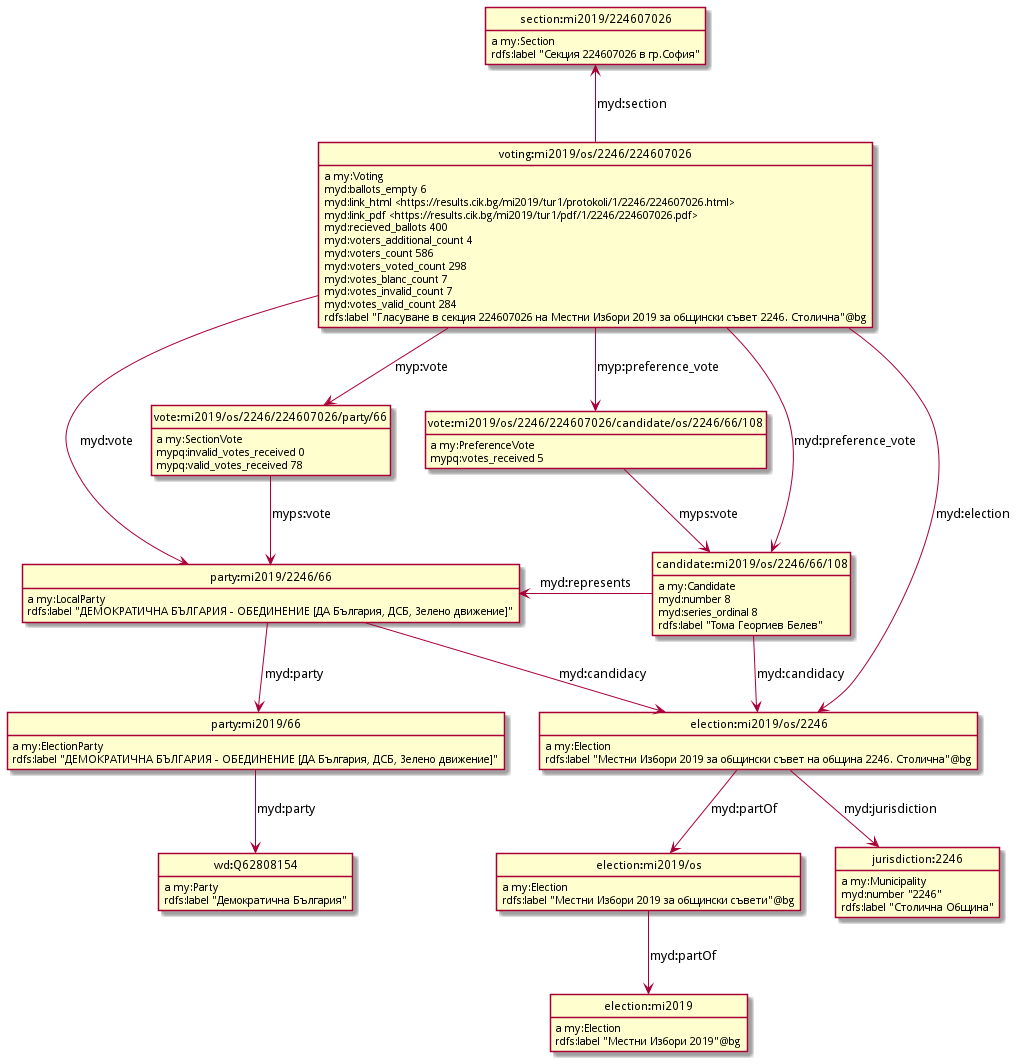
This is model/localModel_os.png from nikolatulechki/semanticElections, a PlantUML export, as it was before one commit.
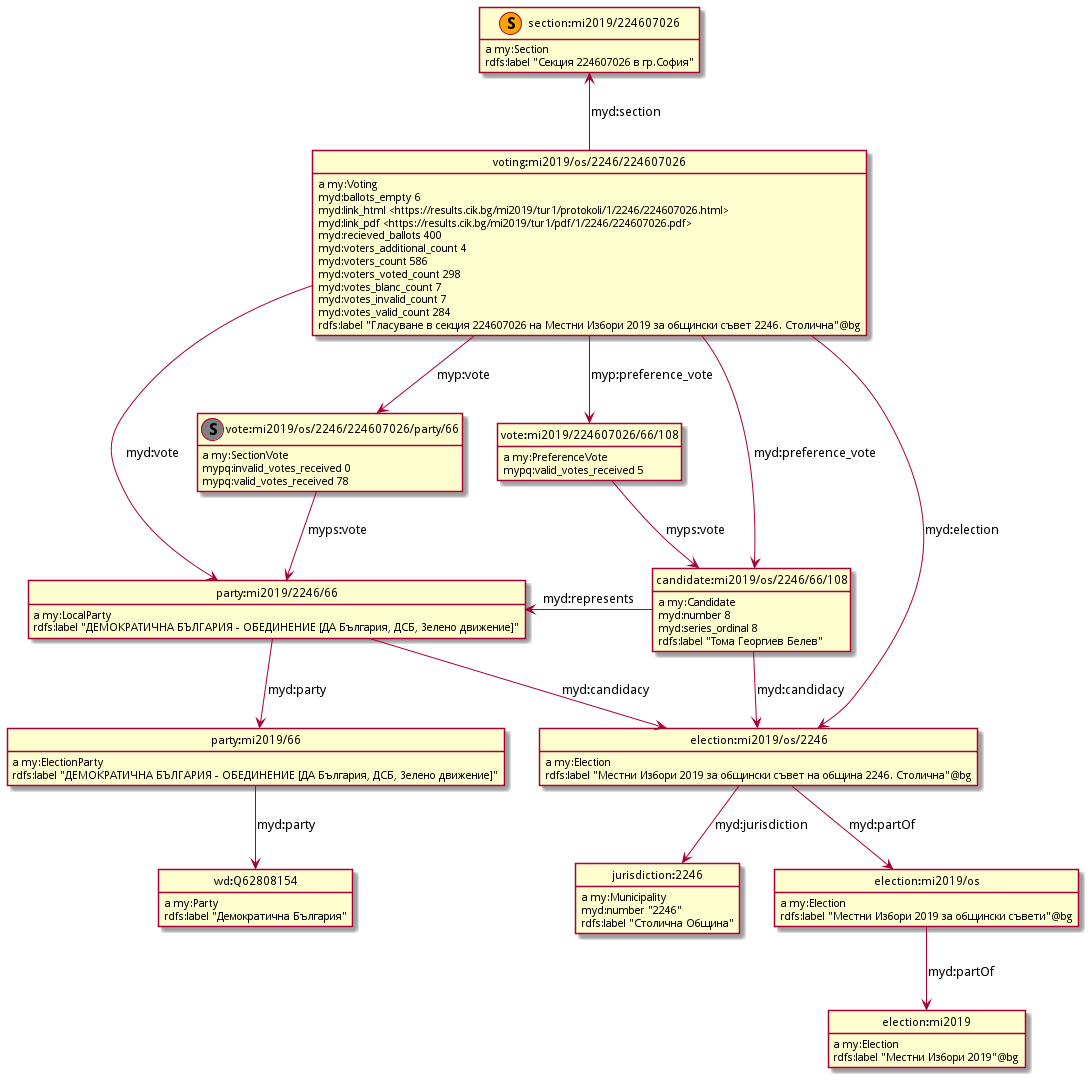
Above is the later version.

The edit, as a diff of the source:
```diff
@@ -3,47 +3,55 @@
 hide empty attributes
 hide circle
 skinparam classAttributeIconSize 0
-class vote_mi2019_os_2246_224607026_candidate_os_2246_66_108 as "vote:mi2019/os/2246/224607026/candidate/os/2246/66/108"
-vote_mi2019_os_2246_224607026_candidate_os_2246_66_108 : a my:PreferenceVote
-class candidate_mi2019_os_2246_66_108 as "candidate:mi2019/os/2246/66/108"
-vote_mi2019_os_2246_224607026_candidate_os_2246_66_108 -down-> candidate_mi2019_os_2246_66_108 : myps:vote
-vote_mi2019_os_2246_224607026_candidate_os_2246_66_108 : mypq:votes_received 5
+class section_mi2019_224607026 as "section:mi2019/224607026"
+class section_mi2019_224607026 <<(S,orange)>>
+show section_mi2019_224607026 circle
+class vote_mi2019_os_2246_224607026_party_66 as "vote:mi2019/os/2246/224607026/party/66"
+class vote_mi2019_os_2246_224607026_party_66 <<(S,gray)>>
+show vote_mi2019_os_2246_224607026_party_66 circle
+class wd_Q62808154 as "wd:Q62808154"
+wd_Q62808154 : a my:Party
+wd_Q62808154 : rdfs:label "Демократична България"
+class election_mi2019_os as "election:mi2019/os"
+election_mi2019_os : a my:Election
+class election_mi2019 as "election:mi2019"
+election_mi2019_os -down-> election_mi2019 : myd:partOf
+election_mi2019_os : rdfs:label "Местни Избори 2019 за общински съвети"@bg
+class party_mi2019_66 as "party:mi2019/66"
+party_mi2019_66 : a my:ElectionParty
+party_mi2019_66 -down-> wd_Q62808154 : myd:party
+party_mi2019_66 : rdfs:label "ДЕМОКРАТИЧНА БЪЛГАРИЯ - ОБЕДИНЕНИЕ [ДА България, ДСБ, Зелено движение]"
+election_mi2019 : a my:Election
+election_mi2019 : rdfs:label "Местни Избори 2019"@bg
 class jurisdiction_2246 as "jurisdiction:2246"
 jurisdiction_2246 : a my:Municipality
 jurisdiction_2246 : myd:number "2246"
 jurisdiction_2246 : rdfs:label "Столична Община"
-class section_mi2019_224607026 as "section:mi2019/224607026"
-section_mi2019_224607026 : a my:Section
-section_mi2019_224607026 : rdfs:label "Секция 224607026 в гр.София"
+class vote_mi2019_224607026_66_108 as "vote:mi2019/224607026/66/108"
+vote_mi2019_224607026_66_108 : a my:PreferenceVote
+class candidate_mi2019_os_2246_66_108 as "candidate:mi2019/os/2246/66/108"
+vote_mi2019_224607026_66_108 -down-> candidate_mi2019_os_2246_66_108 : myps:vote
+vote_mi2019_224607026_66_108 : mypq:valid_votes_received 5
+candidate_mi2019_os_2246_66_108 : a my:Candidate
+class election_mi2019_os_2246 as "election:mi2019/os/2246"
+candidate_mi2019_os_2246_66_108 -down-> election_mi2019_os_2246 : myd:candidacy
 class party_mi2019_2246_66 as "party:mi2019/2246/66"
-party_mi2019_2246_66 : a my:LocalParty
-class party_mi2019_66 as "party:mi2019/66"
-party_mi2019_2246_66 -down-> party_mi2019_66 : myd:party
-class election_mi2019_os_2246 as "election:mi2019/os/2246"
-party_mi2019_2246_66 -down-> election_mi2019_os_2246 : myd:candidacy
-party_mi2019_2246_66 : rdfs:label "ДЕМОКРАТИЧНА БЪЛГАРИЯ - ОБЕДИНЕНИЕ [ДА България, ДСБ, Зелено движение]"
-class vote_mi2019_os_2246_224607026_party_66 as "vote:mi2019/os/2246/224607026/party/66"
-vote_mi2019_os_2246_224607026_party_66 : a my:SectionVote
-vote_mi2019_os_2246_224607026_party_66 -down-> party_mi2019_2246_66 : myps:vote
-vote_mi2019_os_2246_224607026_party_66 : mypq:invalid_votes_received 0
-vote_mi2019_os_2246_224607026_party_66 : mypq:valid_votes_received 78
-candidate_mi2019_os_2246_66_108 : a my:Candidate
 candidate_mi2019_os_2246_66_108 -left-> party_mi2019_2246_66 : myd:represents
-candidate_mi2019_os_2246_66_108 -down-> election_mi2019_os_2246 : myd:candidacy
 candidate_mi2019_os_2246_66_108 : myd:number 8
 candidate_mi2019_os_2246_66_108 : myd:series_ordinal 8
 candidate_mi2019_os_2246_66_108 : rdfs:label "Тома Георгиев Белев"
-class wd_Q62808154 as "wd:Q62808154"
-wd_Q62808154 : a my:Party
-wd_Q62808154 : rdfs:label "Демократична България"
+election_mi2019_os_2246 : a my:Election
+election_mi2019_os_2246 -down-> election_mi2019_os : myd:partOf
+election_mi2019_os_2246 -down-> jurisdiction_2246 : myd:jurisdiction
+election_mi2019_os_2246 : rdfs:label "Местни Избори 2019 за общински съвет на община 2246. Столична"@bg
 class voting_mi2019_os_2246_224607026 as "voting:mi2019/os/2246/224607026"
 voting_mi2019_os_2246_224607026 : a my:Voting
-voting_mi2019_os_2246_224607026 -down-> vote_mi2019_os_2246_224607026_candidate_os_2246_66_108 : myp:preference_vote
-voting_mi2019_os_2246_224607026 -down-> vote_mi2019_os_2246_224607026_party_66 : myp:vote
+voting_mi2019_os_2246_224607026 -down-> vote_mi2019_224607026_66_108 : myp:preference_vote
 voting_mi2019_os_2246_224607026 -down-> candidate_mi2019_os_2246_66_108 : myd:preference_vote
+voting_mi2019_os_2246_224607026 -down-> party_mi2019_2246_66 : myd:vote
 voting_mi2019_os_2246_224607026 -up-> section_mi2019_224607026 : myd:section
 voting_mi2019_os_2246_224607026 -down-> election_mi2019_os_2246 : myd:election
-voting_mi2019_os_2246_224607026 -down-> party_mi2019_2246_66 : myd:vote
+voting_mi2019_os_2246_224607026 -down-> vote_mi2019_os_2246_224607026_party_66 : myp:vote
 voting_mi2019_os_2246_224607026 : myd:ballots_empty 6
 voting_mi2019_os_2246_224607026 : myd:link_html <https://results.cik.bg/mi2019/tur1/protokoli/1/2246/224607026.html>
 voting_mi2019_os_2246_224607026 : myd:link_pdf <https://results.cik.bg/mi2019/tur1/pdf/1/2246/224607026.pdf>
@@ -55,18 +63,14 @@
 voting_mi2019_os_2246_224607026 : myd:votes_invalid_count 7
 voting_mi2019_os_2246_224607026 : myd:votes_valid_count 284
 voting_mi2019_os_2246_224607026 : rdfs:label "Гласуване в секция 224607026 на Местни Избори 2019 за общински съвет 2246. Столична"@bg
-party_mi2019_66 : a my:ElectionParty
-party_mi2019_66 -down-> wd_Q62808154 : myd:party
-party_mi2019_66 : rdfs:label "ДЕМОКРАТИЧНА БЪЛГАРИЯ - ОБЕДИНЕНИЕ [ДА България, ДСБ, Зелено движение]"
-election_mi2019_os_2246 : a my:Election
-election_mi2019_os_2246 -down-> jurisdiction_2246 : myd:jurisdiction
-class election_mi2019_os as "election:mi2019/os"
-election_mi2019_os_2246 -down-> election_mi2019_os : myd:partOf
-election_mi2019_os_2246 : rdfs:label "Местни Избори 2019 за общински съвет на община 2246. Столична"@bg
-election_mi2019_os : a my:Election
-class election_mi2019 as "election:mi2019"
-election_mi2019_os -down-> election_mi2019 : myd:partOf
-election_mi2019_os : rdfs:label "Местни Избори 2019 за общински съвети"@bg
-election_mi2019 : a my:Election
-election_mi2019 : rdfs:label "Местни Избори 2019"@bg
+vote_mi2019_os_2246_224607026_party_66 : a my:SectionVote
+vote_mi2019_os_2246_224607026_party_66 -down-> party_mi2019_2246_66 : myps:vote
+vote_mi2019_os_2246_224607026_party_66 : mypq:invalid_votes_received 0
+vote_mi2019_os_2246_224607026_party_66 : mypq:valid_votes_received 78
+section_mi2019_224607026 : a my:Section
+section_mi2019_224607026 : rdfs:label "Секция 224607026 в гр.София"
+party_mi2019_2246_66 : a my:LocalParty
+party_mi2019_2246_66 -down-> election_mi2019_os_2246 : myd:candidacy
+party_mi2019_2246_66 -down-> party_mi2019_66 : myd:party
+party_mi2019_2246_66 : rdfs:label "ДЕМОКРАТИЧНА БЪЛГАРИЯ - ОБЕДИНЕНИЕ [ДА България, ДСБ, Зелено движение]"
 @enduml
```
